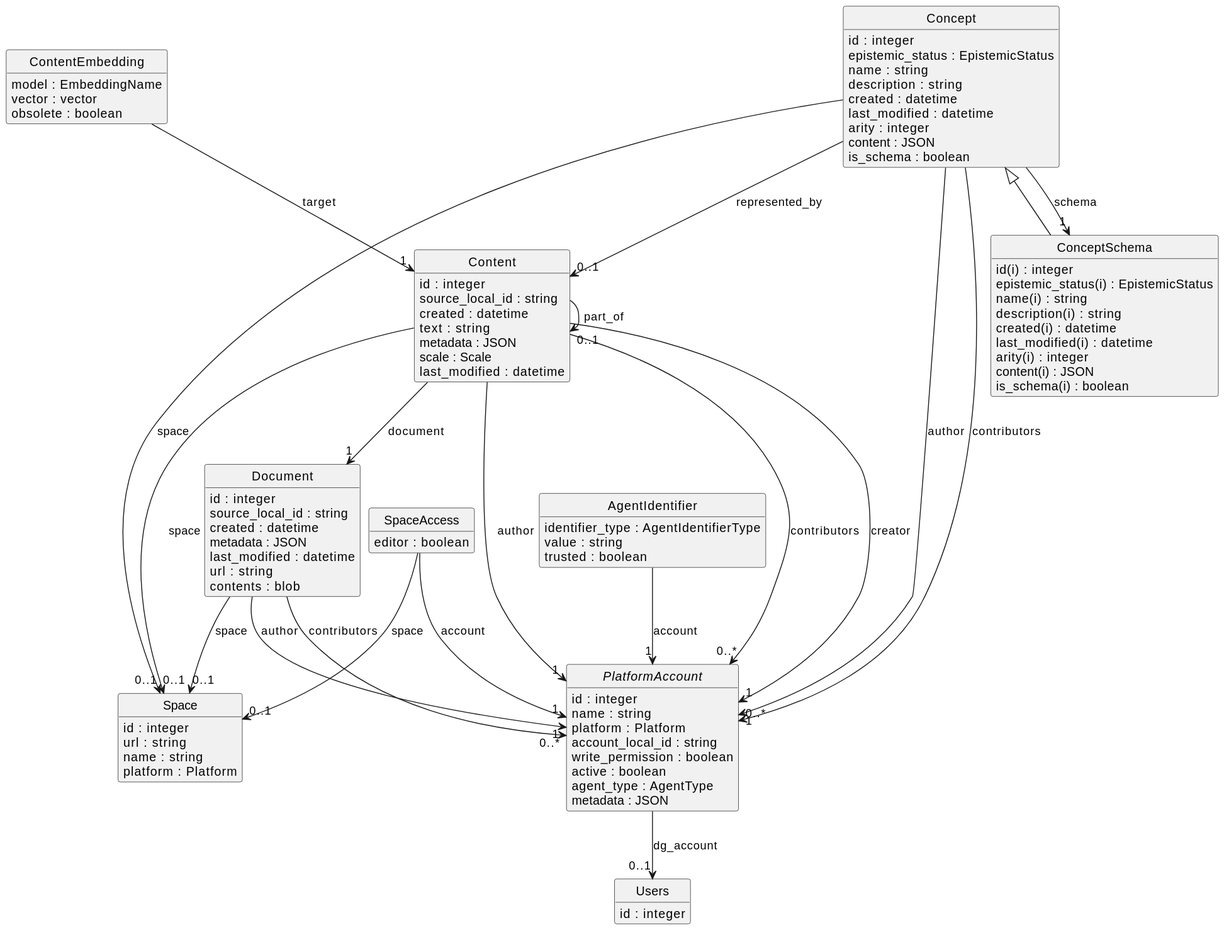
This is packages/database/schema.svg from DiscourseGraphs/discourse-graph, a PlantUML export, as it was before one commit.
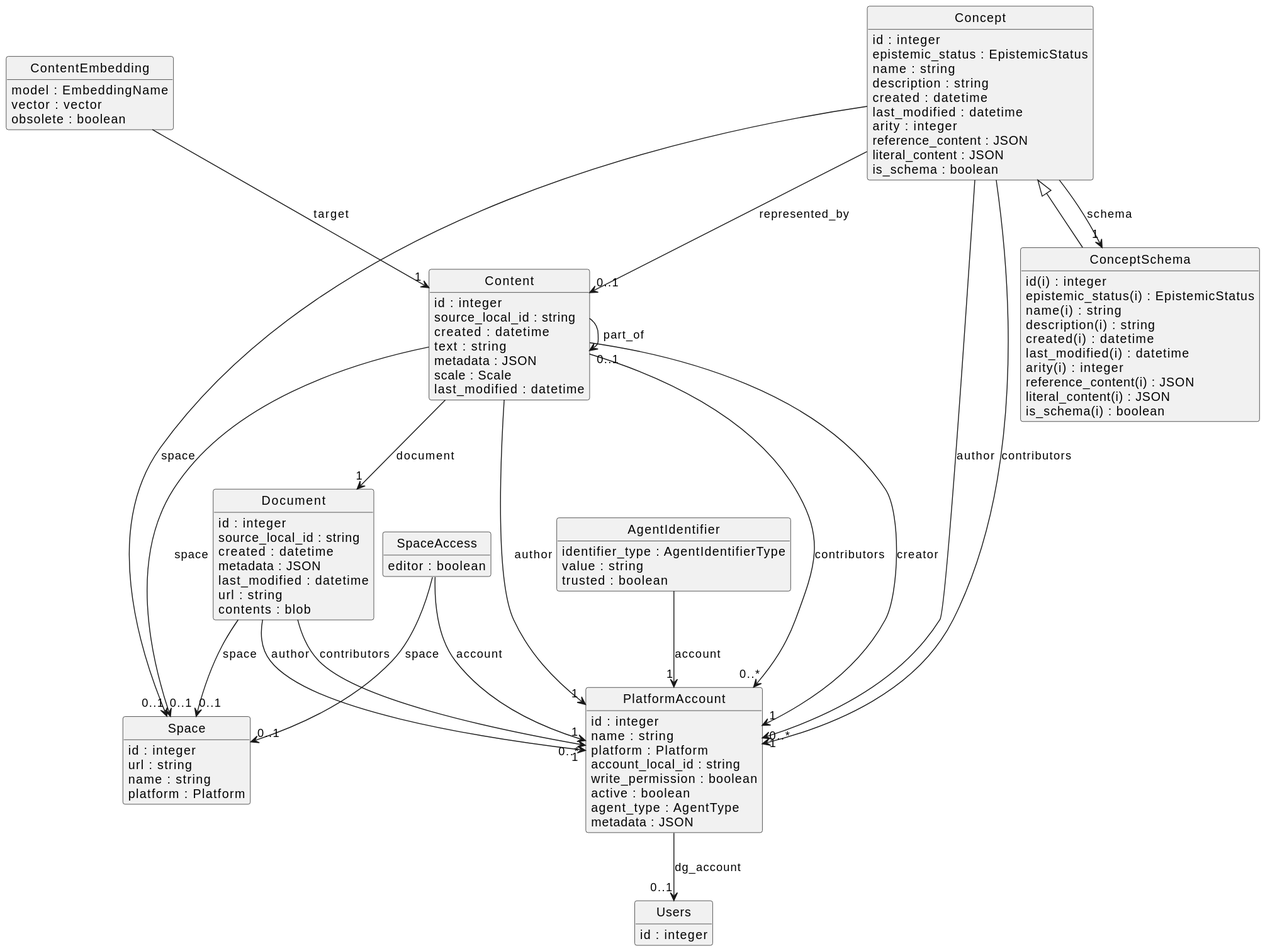
Above is the later version.

Commit message:
ENG-431 Separate literal and references in concept Allows to index of references.

Diff of the diagram source:
```diff
@@ -2,7 +2,7 @@
 skinparam nodesep 10
 hide circle
 hide empty members
-abstract "PlatformAccount" [[{An account for an agent on a platform}]] {
+class "PlatformAccount" [[{An account for an agent on a platform}]] {
     {field} id : integer
     {field} name : string
     {field} platform : Platform
@@ -53,7 +53,8 @@
     {field} created : datetime
     {field} last_modified : datetime
     {field} arity : integer
-    {field} content : JSON
+    {field} reference_content : JSON
+    {field} literal_content : JSON
     {field} is_schema : boolean
 }
 "Content" --> "0..1" "Space" : "space"
@@ -89,7 +90,8 @@
     {field} created(i) : datetime
     {field} last_modified(i) : datetime
     {field} arity(i) : integer
-    {field} content(i) : JSON
+    {field} reference_content(i) : JSON
+    {field} literal_content(i) : JSON
     {field} is_schema(i) : boolean
 }
 "Concept" --> "1" "ConceptSchema" : "schema"
```
